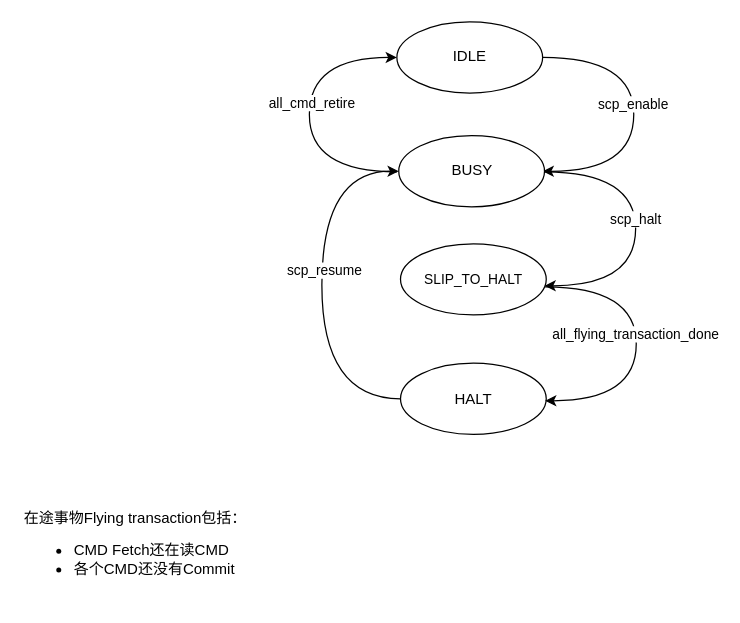
This is page "Process ctrl" (8 of 9) of SCP.drawio from HelmutXie/blake2, a draw.io file, before an edit. Source tidied: cells renumbered, new cells numbered last; positions are measured from the earlier drawing's top-left corner, leaving out a move shared by most shapes. Both pictures are drawn from the tidied source at 125%, with x=0, y=0 at pixel (21, 21).
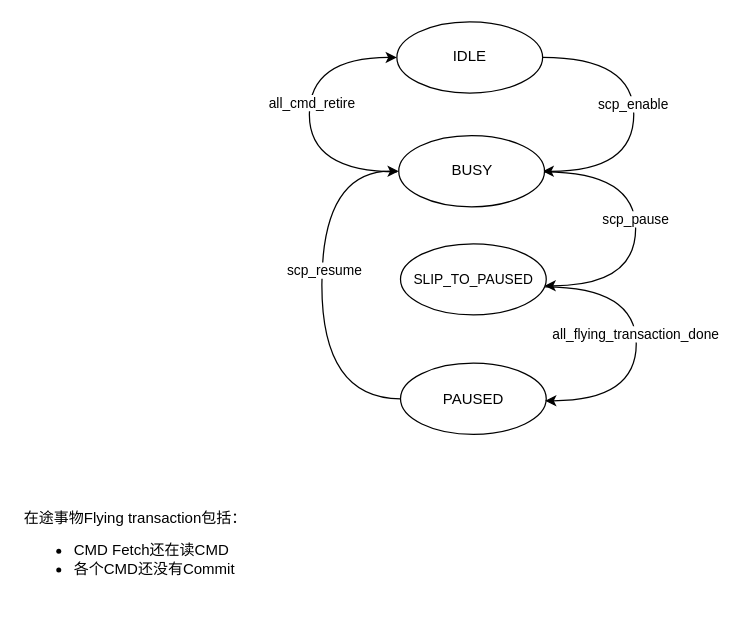
After the change.

Unchanged cells that the change refers to:
```xml
<mxCell id="12" style="edgeStyle=orthogonalEdgeStyle;curved=1;rounded=0;orthogonalLoop=1;jettySize=auto;html=1;exitX=1;exitY=0.5;exitDx=0;exitDy=0;entryX=1;entryY=0.5;entryDx=0;entryDy=0;" parent="1" edge="1">
  <mxGeometry relative="1" as="geometry">
    <mxPoint x="418.1" y="120" as="sourcePoint" />
    <mxPoint x="418.1" y="211.1" as="targetPoint" />
    <Array as="points">
      <mxPoint x="491" y="120" />
      <mxPoint x="491" y="211.1" />
    </Array>
  </mxGeometry>
</mxCell>
```

What changed in the source:
```diff
@@
-    <mxCell id="6" value="&lt;font style=&quot;font-size: 11px;&quot;&gt;SLIP_TO_HALT&lt;/font&gt;" style="ellipse;whiteSpace=wrap;html=1;" parent="1" vertex="1">
+    <mxCell id="6" value="&lt;font style=&quot;font-size: 11px;&quot;&gt;SLIP_TO_PAUSED&lt;/font&gt;" style="ellipse;whiteSpace=wrap;html=1;" parent="1" vertex="1">
       <mxGeometry x="302.9" y="177.5" width="116.6" height="56.9" as="geometry" />
     </mxCell>
-    <mxCell id="7" value="HALT" style="ellipse;whiteSpace=wrap;html=1;" parent="1" vertex="1">
+    <mxCell id="7" value="PAUSED" style="ellipse;whiteSpace=wrap;html=1;" parent="1" vertex="1">
       <mxGeometry x="302.9" y="273.1" width="116.6" height="56.9" as="geometry" />
     </mxCell>
@@
-    <mxCell id="13" value="scp_halt" style="edgeLabel;html=1;align=center;verticalAlign=middle;" parent="12" vertex="1">
+    <mxCell id="13" value="scp_pause" style="edgeLabel;html=1;align=center;verticalAlign=middle;" parent="12" vertex="1">
       <mxGeometry x="-0.07" y="-1" relative="1" as="geometry" />
     </mxCell>
```
